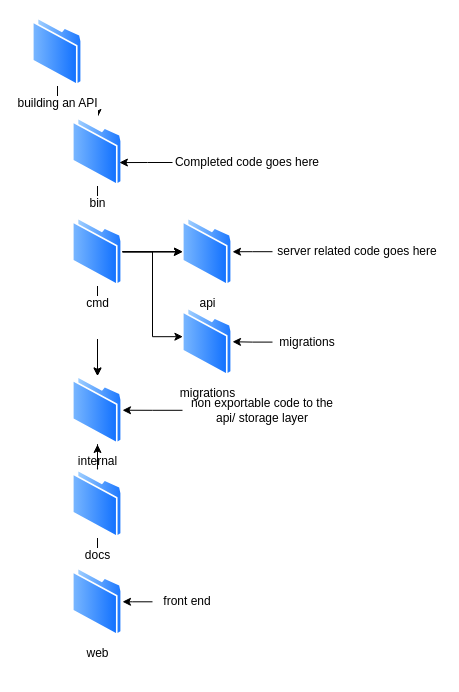
This is page "Folder Structure" (1 of 2) of backendengineering_go.drawio from charlestakang/algorithms, a draw.io file, before an edit. Source tidied: cells renumbered, new cells numbered last; positions are measured from the earlier drawing's top-left corner, leaving out a move shared by most shapes. Both pictures are drawn from the tidied source at 100%, with x=0, y=0 at pixel (32, 17).
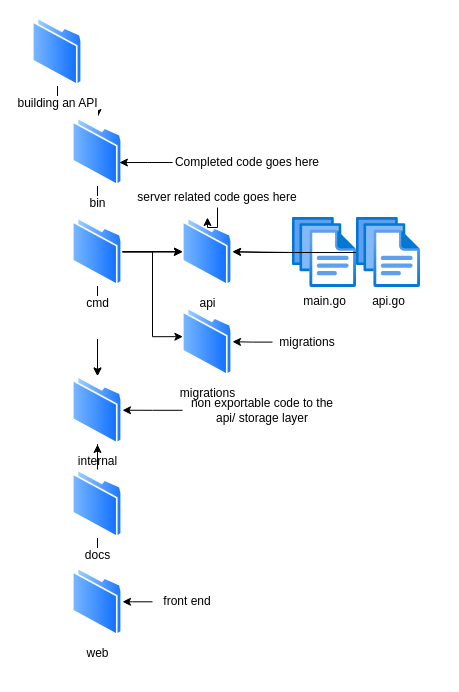
The same diagram, later.

Unchanged cells that the change refers to:
```xml
<mxCell id="22" value="api" style="image;perimeter=ellipsePerimeter;html=1;align=center;shadow=0;dashed=0;spacingTop=3;image=img/lib/active_directory/folder.svg;" parent="1" vertex="1">
  <mxGeometry x="150" y="200" width="50" height="68.5" as="geometry" />
</mxCell>
```

What changed in the source:
```diff
@@
-    <mxCell id="25" style="edgeStyle=orthogonalEdgeStyle;rounded=0;jettySize=auto;html=1;entryX=1;entryY=0.5;entryDx=0;entryDy=0;" parent="1" edge="1" source="26" target="22">
+    <mxCell id="25" style="edgeStyle=orthogonalEdgeStyle;rounded=0;jettySize=auto;html=1;" parent="1" edge="1" source="26" target="22">
       <mxGeometry relative="1" as="geometry" />
     </mxCell>
     <mxCell id="26" value="server related code goes here" style="text;html=1;align=center;verticalAlign=middle;whiteSpace=wrap;rounded=0;" parent="1" vertex="1">
-      <mxGeometry x="240" y="219.2" width="170" height="30" as="geometry" />
+      <mxGeometry x="100" y="170" width="170" height="20" as="geometry" />
     </mxCell>
@@
+    <mxCell id="34" style="edgeStyle=orthogonalEdgeStyle;rounded=0;jettySize=auto;html=1;entryX=1;entryY=0.5;entryDx=0;entryDy=0;" parent="1" edge="1" source="35" target="22">
+      <mxGeometry relative="1" as="geometry" />
+    </mxCell>
+    <mxCell id="35" value="main.go" style="image;html=1;points=[];align=center;fontSize=12;image=img/lib/azure2/general/Files.svg;" parent="1" vertex="1">
+      <mxGeometry x="260" y="200" width="64" height="70" as="geometry" />
+    </mxCell>
+    <mxCell id="36" style="edgeStyle=orthogonalEdgeStyle;rounded=0;jettySize=auto;html=1;entryX=1;entryY=0.5;entryDx=0;entryDy=0;" parent="1" edge="1" source="37" target="22">
+      <mxGeometry relative="1" as="geometry" />
+    </mxCell>
+    <mxCell id="37" value="api.go" style="image;html=1;points=[];align=center;fontSize=12;image=img/lib/azure2/general/Files.svg;" parent="1" vertex="1">
+      <mxGeometry x="324" y="200" width="64" height="70" as="geometry" />
+    </mxCell>
```
